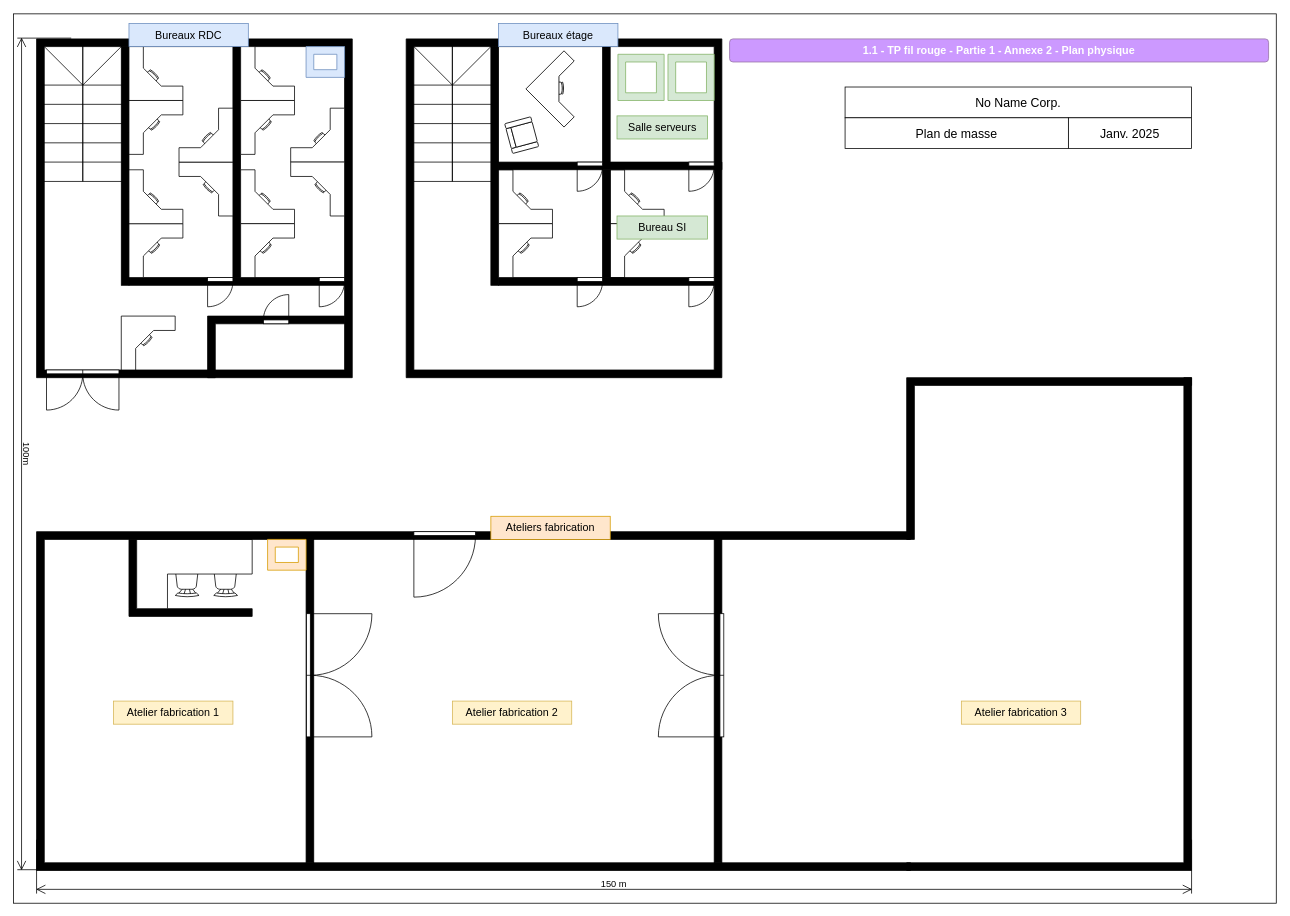
No-Name-Academy/Networking-for-noobs keeps this draw.io diagram as page "Plan vierge" (4 of 5) of 1-1-Materiel-physique/1.1-TP-part1.drawio. Above is the earlier version. Source tidied: cells renumbered, new cells numbered last; positions are measured from the earlier drawing's top-left corner, leaving out a move shared by most shapes. Both pictures are drawn from the tidied source at 77%, with x=0, y=0 at pixel (-372, 14).
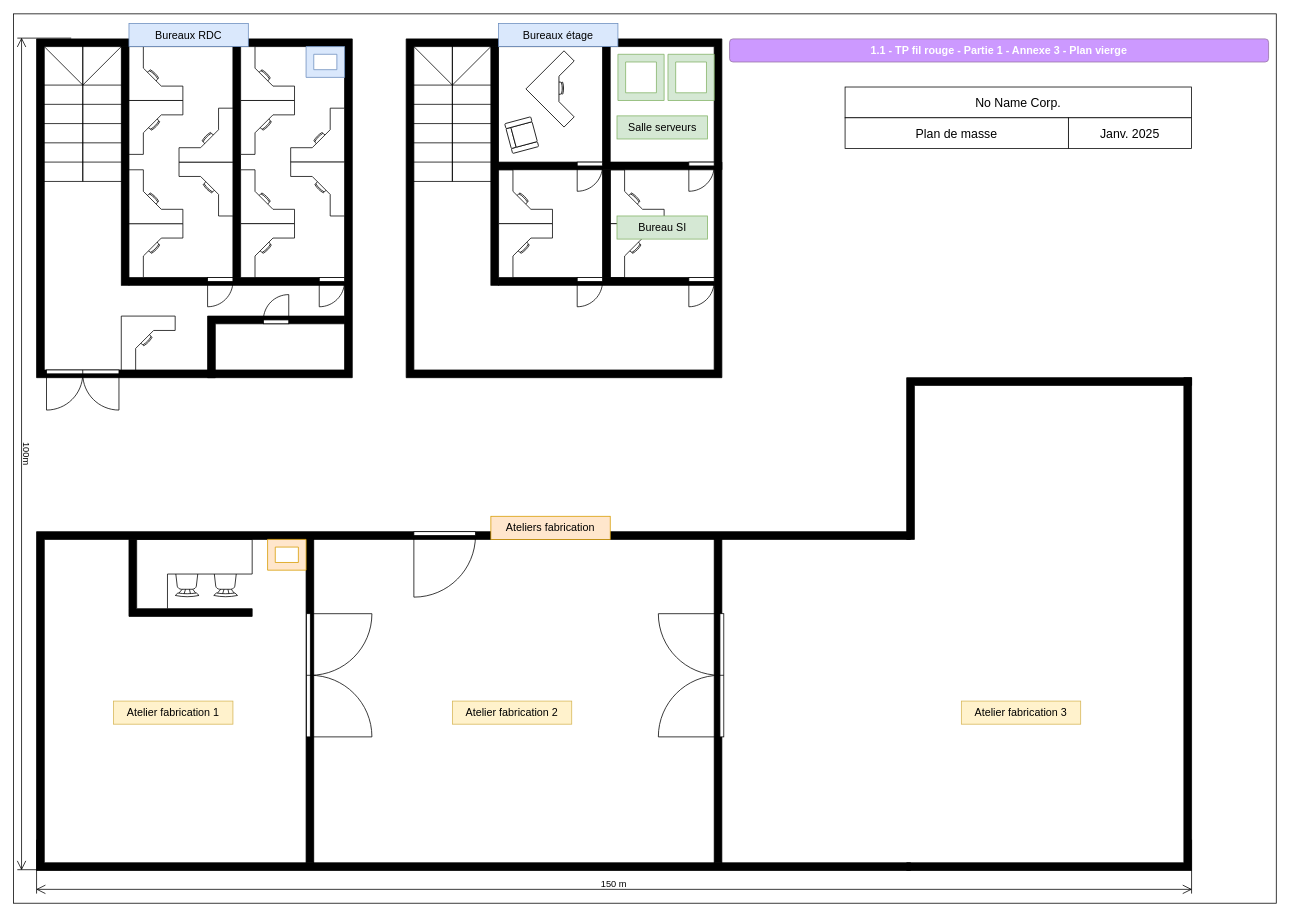
The same diagram, later.

The edit, as a diff of the source:
```diff
@@
-    <mxCell id="72" value="1.1 - TP fil rouge - Partie 1 - Annexe 2 - Plan physique" style="rounded=1;whiteSpace=wrap;html=1;fillColor=#CC99FF;strokeColor=#9673a6;fontColor=#FFFFFF;fontSize=14;fontStyle=1;" parent="1" vertex="1">
+    <mxCell id="72" value="1.1 - TP fil rouge - Partie 1 - Annexe 3 - Plan vierge" style="rounded=1;whiteSpace=wrap;html=1;fillColor=#CC99FF;strokeColor=#9673a6;fontColor=#FFFFFF;fontSize=14;fontStyle=1;" parent="1" vertex="1">
       <mxGeometry x="1430" y="32" width="700" height="30" as="geometry" />
     </mxCell>
```
